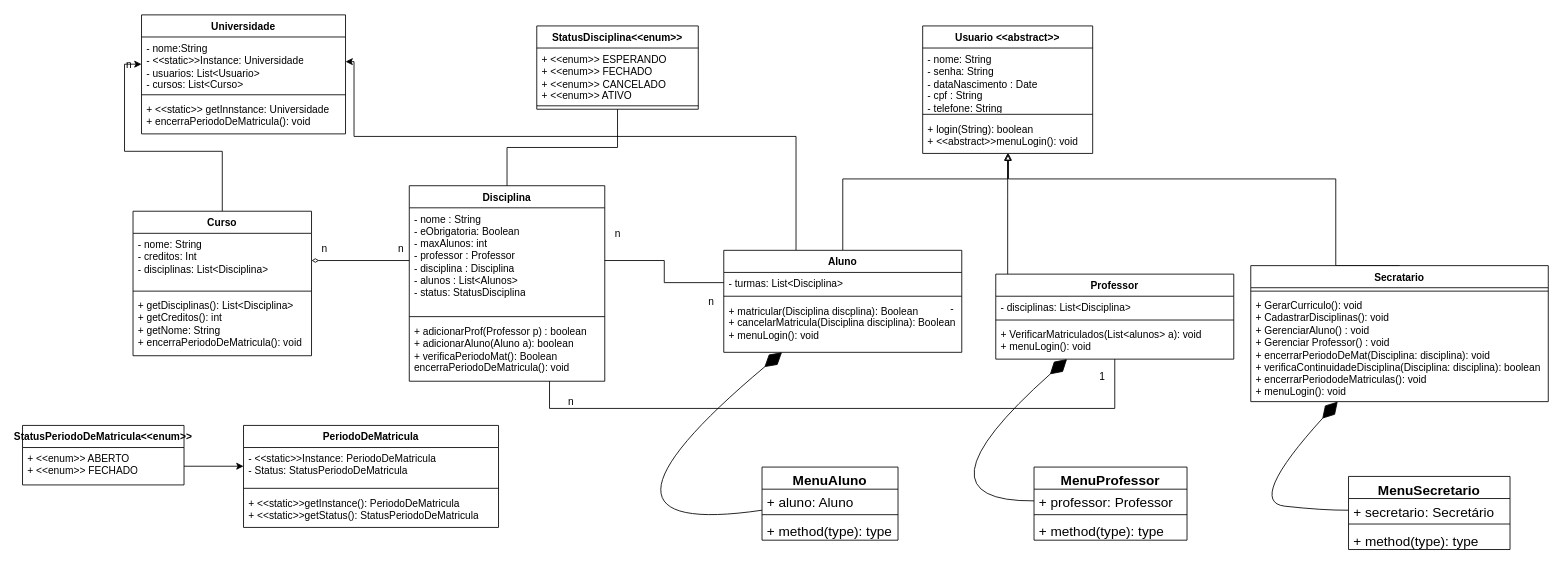
Before: projeto/diagramas/DiagramaDeClasses.drawio in LDS-G5/Projeto-1, a draw.io diagram. Source tidied: cells renumbered, new cells numbered last; positions are measured from the earlier drawing's top-left corner, leaving out a move shared by most shapes. Both pictures are drawn from the tidied source at 85%, with x=0, y=0 at pixel (22, 14).
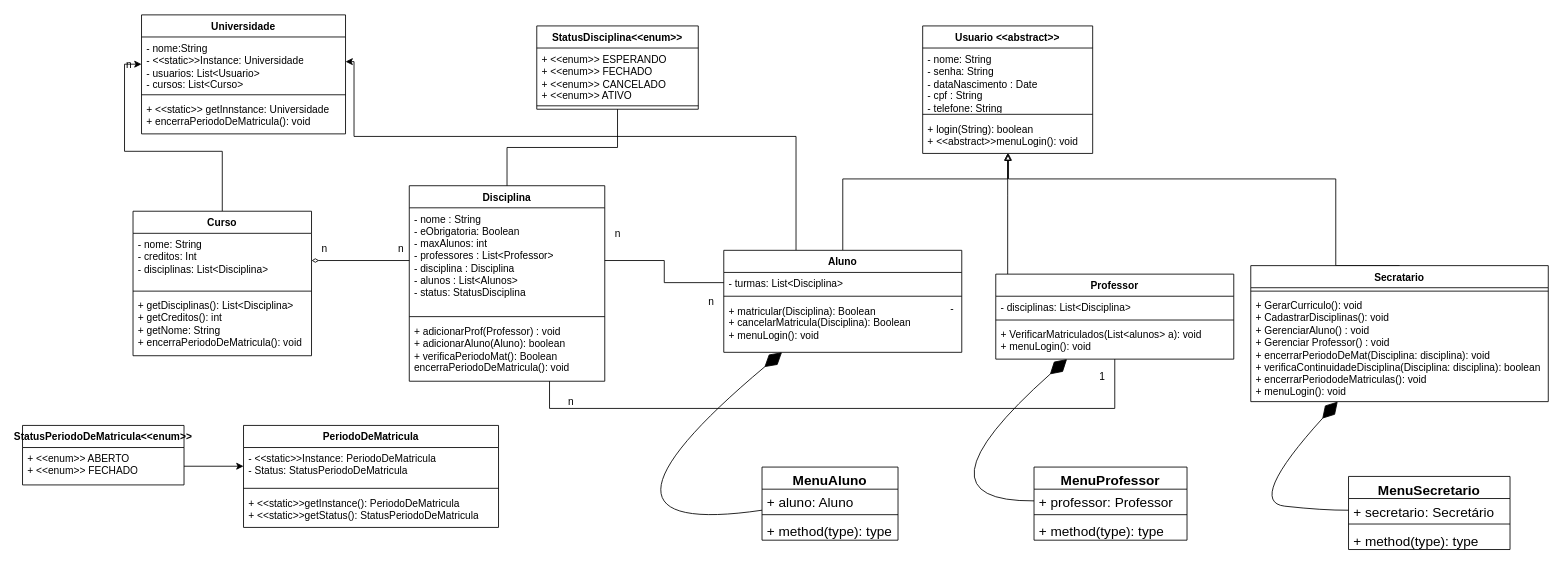
After the change.

Commit message:
atualizado diagrama

Unchanged cells that the change refers to:
```xml
<mxCell id="2" value="Disciplina" style="swimlane;fontStyle=1;align=center;verticalAlign=top;horizontal=1;startSize=26;whiteSpace=wrap;html=1;" parent="1" vertex="1">
  <mxGeometry x="455" y="201" width="230" height="230" as="geometry" />
</mxCell>
<mxCell id="27" value="Aluno" style="swimlane;fontStyle=1;align=center;verticalAlign=top;horizontal=1;startSize=26;whiteSpace=wrap;html=1;" parent="1" vertex="1">
  <mxGeometry x="825" y="277" width="280" height="120" as="geometry" />
</mxCell>
```

The edit, as a diff of the source:
```diff
@@
-    <mxCell id="3" value="- nome : String&lt;br style=&quot;border-color: var(--border-color);&quot;&gt;- eObrigatoria: Boolean&lt;br&gt;- maxAlunos: int&lt;br&gt;- professor : Professor&lt;br&gt;- disciplina : Disciplina&lt;br&gt;- alunos : List&amp;lt;Alunos&amp;gt;&lt;br&gt;- status: StatusDisciplina" style="text;strokeColor=none;fillColor=none;align=left;verticalAlign=top;spacingLeft=4;spacingRight=4;overflow=hidden;points=[[0,0.5],[1,0.5]];portConstraint=eastwest;whiteSpace=wrap;html=1;" parent="2" vertex="1">
+    <mxCell id="3" value="- nome : String&lt;br style=&quot;border-color: var(--border-color);&quot;&gt;- eObrigatoria: Boolean&lt;br&gt;- maxAlunos: int&lt;br&gt;- professores : List&amp;lt;Professor&amp;gt;&lt;br&gt;- disciplina : Disciplina&lt;br&gt;- alunos : List&amp;lt;Alunos&amp;gt;&lt;br&gt;- status: StatusDisciplina" style="text;strokeColor=none;fillColor=none;align=left;verticalAlign=top;spacingLeft=4;spacingRight=4;overflow=hidden;points=[[0,0.5],[1,0.5]];portConstraint=eastwest;whiteSpace=wrap;html=1;" parent="2" vertex="1">
       <mxGeometry y="26" width="230" height="124" as="geometry" />
     </mxCell>
@@
-    <mxCell id="5" value="+ adicionarProf(Professor p) : boolean&lt;br&gt;+ adicionarAluno(Aluno a): boolean&lt;br&gt;+ verificaPeriodoMat(): Boolean&lt;br&gt;encerraPeriodoDeMatricula(): void" style="text;strokeColor=none;fillColor=none;align=left;verticalAlign=top;spacingLeft=4;spacingRight=4;overflow=hidden;points=[[0,0.5],[1,0.5]];portConstraint=eastwest;whiteSpace=wrap;html=1;" parent="2" vertex="1">
+    <mxCell id="5" value="+ adicionarProf(Professor) : void&lt;br&gt;+ adicionarAluno(Aluno): boolean&lt;br&gt;+ verificaPeriodoMat(): Boolean&lt;br&gt;encerraPeriodoDeMatricula(): void" style="text;strokeColor=none;fillColor=none;align=left;verticalAlign=top;spacingLeft=4;spacingRight=4;overflow=hidden;points=[[0,0.5],[1,0.5]];portConstraint=eastwest;whiteSpace=wrap;html=1;" parent="2" vertex="1">
       <mxGeometry y="158" width="230" height="72" as="geometry" />
     </mxCell>
@@
-    <mxCell id="30" value="+ matricular(Disciplina discplina): Boolean&lt;br&gt;+ cancelarMatricula(Disciplina disciplina): Boolean&lt;br&gt;+ menuLogin(): void" style="text;strokeColor=none;fillColor=none;align=left;verticalAlign=top;spacingLeft=4;spacingRight=4;overflow=hidden;whiteSpace=wrap;html=1;" parent="27" vertex="1">
+    <mxCell id="30" value="+ matricular(Disciplina): Boolean&lt;br&gt;+ cancelarMatricula(Disciplina): Boolean&lt;br&gt;+ menuLogin(): void" style="text;strokeColor=none;fillColor=none;align=left;verticalAlign=top;spacingLeft=4;spacingRight=4;overflow=hidden;whiteSpace=wrap;html=1;" parent="27" vertex="1">
       <mxGeometry y="58" width="280" height="62" as="geometry" />
     </mxCell>
```
